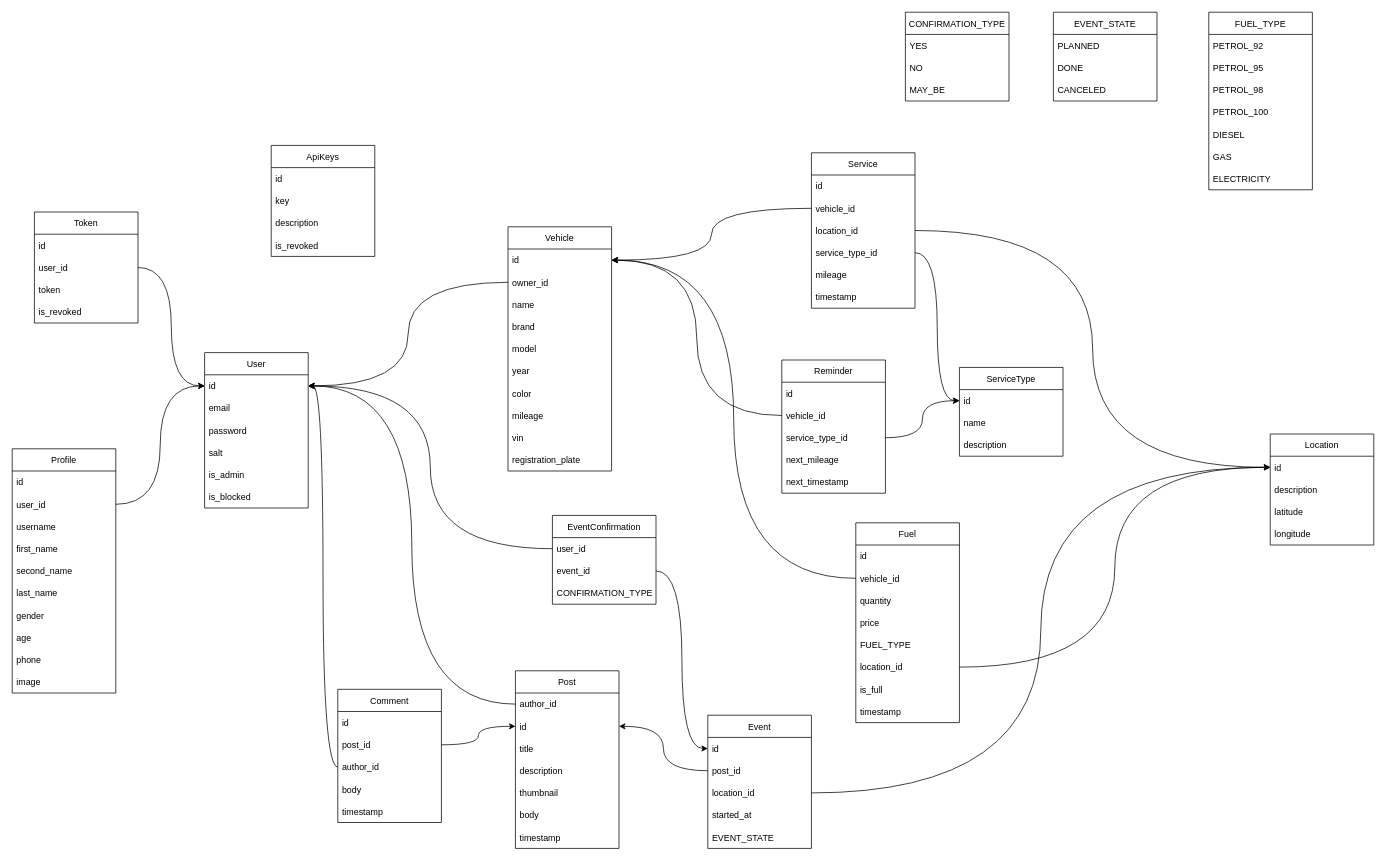
Earlier version of the draw.io diagram page "Page-1" (1 of 2) of schema.drawio (jadjer/mores). Source tidied: cells renumbered, new cells numbered last; positions are measured from the earlier drawing's top-left corner, leaving out a move shared by most shapes. Both pictures are drawn from the tidied source at 74%, with x=0, y=0 at pixel (12, 12).
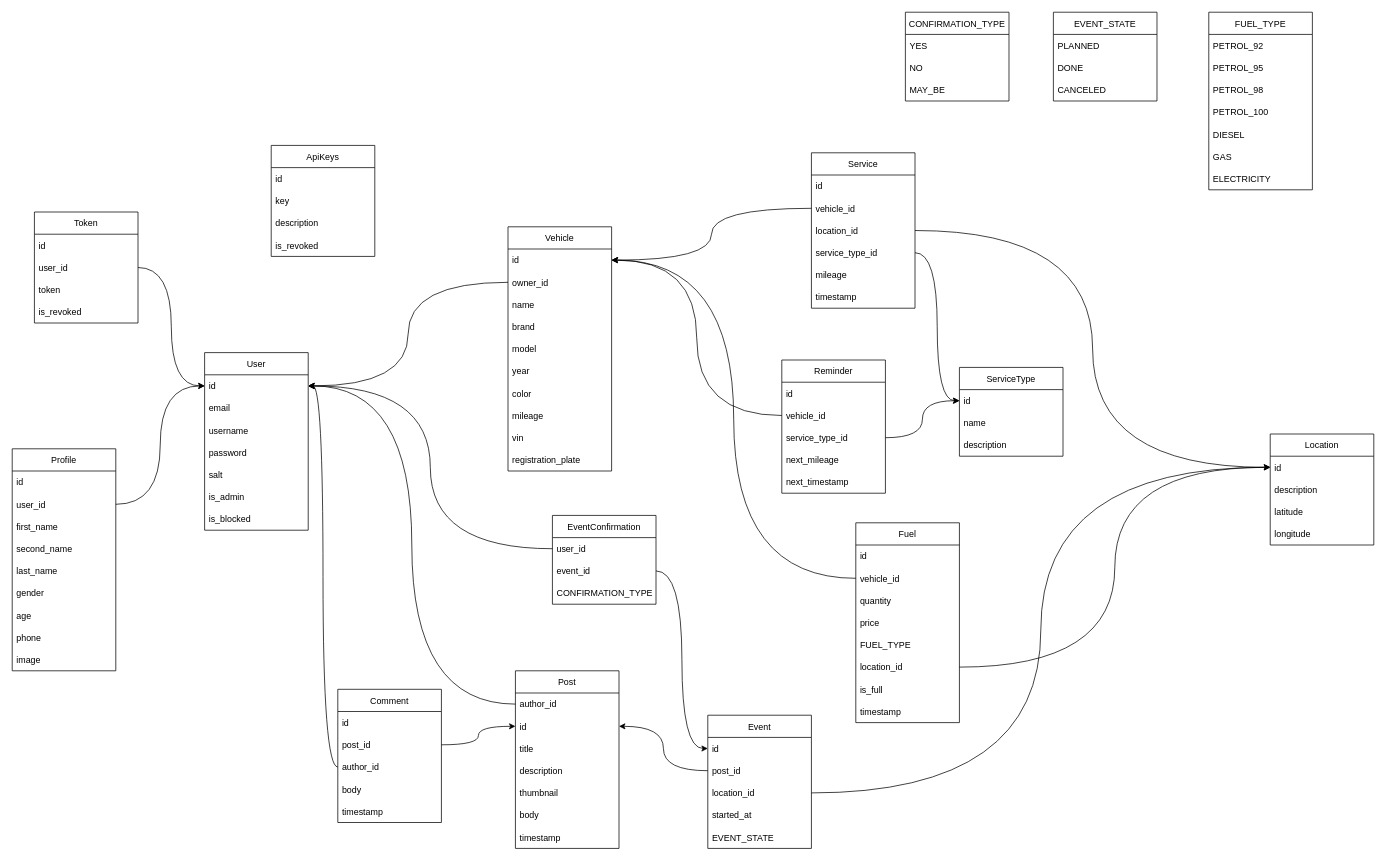
Above is the later version.

The edit, as a diff of the source:
```diff
@@
     <mxCell id="2" value="User" style="swimlane;fontStyle=0;horizontal=1;startSize=30;" parent="1" vertex="1">
-      <mxGeometry x="260" y="460" width="140" height="210" as="geometry" />
+      <mxGeometry x="260" y="460" width="140" height="240" as="geometry" />
     </mxCell>
@@
+    <mxCell id="120" value="username" style="text;strokeColor=none;fillColor=none;align=left;verticalAlign=middle;spacingLeft=4;spacingRight=4;overflow=hidden;" parent="2" vertex="1">
+      <mxGeometry y="90" width="140" height="30" as="geometry" />
+    </mxCell>
     <mxCell id="5" value="password" style="text;strokeColor=none;fillColor=none;align=left;verticalAlign=middle;spacingLeft=4;spacingRight=4;overflow=hidden;" parent="2" vertex="1">
-      <mxGeometry y="90" width="140" height="30" as="geometry" />
+      <mxGeometry y="120" width="140" height="30" as="geometry" />
     </mxCell>
     <mxCell id="6" value="salt" style="text;strokeColor=none;fillColor=none;align=left;verticalAlign=middle;spacingLeft=4;spacingRight=4;overflow=hidden;" parent="2" vertex="1">
-      <mxGeometry y="120" width="140" height="30" as="geometry" />
+      <mxGeometry y="150" width="140" height="30" as="geometry" />
     </mxCell>
     <mxCell id="7" value="is_admin" style="text;strokeColor=none;fillColor=none;align=left;verticalAlign=middle;spacingLeft=4;spacingRight=4;overflow=hidden;" parent="2" vertex="1">
-      <mxGeometry y="150" width="140" height="30" as="geometry" />
+      <mxGeometry y="180" width="140" height="30" as="geometry" />
     </mxCell>
     <mxCell id="8" value="is_blocked" style="text;strokeColor=none;fillColor=none;align=left;verticalAlign=middle;spacingLeft=4;spacingRight=4;overflow=hidden;" parent="2" vertex="1">
-      <mxGeometry y="180" width="140" height="30" as="geometry" />
+      <mxGeometry y="210" width="140" height="30" as="geometry" />
     </mxCell>
@@
     <mxCell id="117" value="Profile" style="swimlane;fontStyle=0;horizontal=1;startSize=30;" parent="1" vertex="1">
-      <mxGeometry y="590" width="140" height="330" as="geometry" />
+      <mxGeometry y="590" width="140" height="300" as="geometry" />
     </mxCell>
@@
-    <mxCell id="120" value="username" style="text;strokeColor=none;fillColor=none;align=left;verticalAlign=middle;spacingLeft=4;spacingRight=4;overflow=hidden;" parent="117" vertex="1">
-      <mxGeometry y="90" width="140" height="30" as="geometry" />
-    </mxCell>
     <mxCell id="121" value="first_name" style="text;strokeColor=none;fillColor=none;align=left;verticalAlign=middle;spacingLeft=4;spacingRight=4;overflow=hidden;" parent="117" vertex="1">
-      <mxGeometry y="120" width="140" height="30" as="geometry" />
+      <mxGeometry y="90" width="140" height="30" as="geometry" />
     </mxCell>
     <mxCell id="122" value="second_name" style="text;strokeColor=none;fillColor=none;align=left;verticalAlign=middle;spacingLeft=4;spacingRight=4;overflow=hidden;" parent="117" vertex="1">
-      <mxGeometry y="150" width="140" height="30" as="geometry" />
+      <mxGeometry y="120" width="140" height="30" as="geometry" />
     </mxCell>
     <mxCell id="123" value="last_name" style="text;strokeColor=none;fillColor=none;align=left;verticalAlign=middle;spacingLeft=4;spacingRight=4;overflow=hidden;" parent="117" vertex="1">
-      <mxGeometry y="180" width="140" height="30" as="geometry" />
+      <mxGeometry y="150" width="140" height="30" as="geometry" />
     </mxCell>
     <mxCell id="124" value="gender" style="text;strokeColor=none;fillColor=none;align=left;verticalAlign=middle;spacingLeft=4;spacingRight=4;overflow=hidden;" parent="117" vertex="1">
-      <mxGeometry y="210" width="140" height="30" as="geometry" />
+      <mxGeometry y="180" width="140" height="30" as="geometry" />
     </mxCell>
     <mxCell id="125" value="age" style="text;strokeColor=none;fillColor=none;align=left;verticalAlign=middle;spacingLeft=4;spacingRight=4;overflow=hidden;" parent="117" vertex="1">
-      <mxGeometry y="240" width="140" height="30" as="geometry" />
+      <mxGeometry y="210" width="140" height="30" as="geometry" />
     </mxCell>
     <mxCell id="126" value="phone" style="text;strokeColor=none;fillColor=none;align=left;verticalAlign=middle;spacingLeft=4;spacingRight=4;overflow=hidden;" parent="117" vertex="1">
-      <mxGeometry y="270" width="140" height="30" as="geometry" />
+      <mxGeometry y="240" width="140" height="30" as="geometry" />
     </mxCell>
     <mxCell id="127" value="image" style="text;strokeColor=none;fillColor=none;align=left;verticalAlign=middle;spacingLeft=4;spacingRight=4;overflow=hidden;" parent="117" vertex="1">
-      <mxGeometry y="300" width="140" height="30" as="geometry" />
+      <mxGeometry y="270" width="140" height="30" as="geometry" />
     </mxCell>
```
